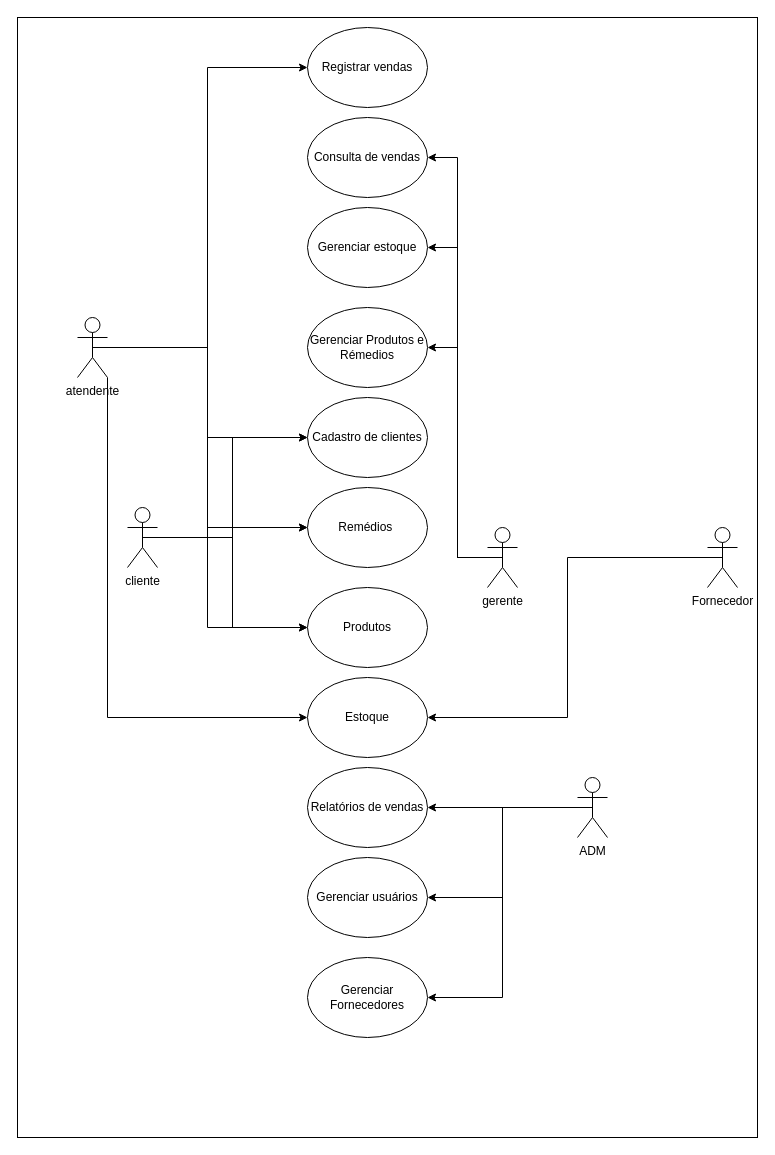
This is page "Página-8" (8 of 11) of Diagrama sem nome.drawio from Anthony-zzz/diagramasderequisitos, a draw.io file, before an edit. Source tidied: cells renumbered, new cells numbered last; positions are measured from the earlier drawing's top-left corner, leaving out a move shared by most shapes. Both pictures are drawn from the tidied source at 100%, with x=0, y=0 at pixel (17, 17).
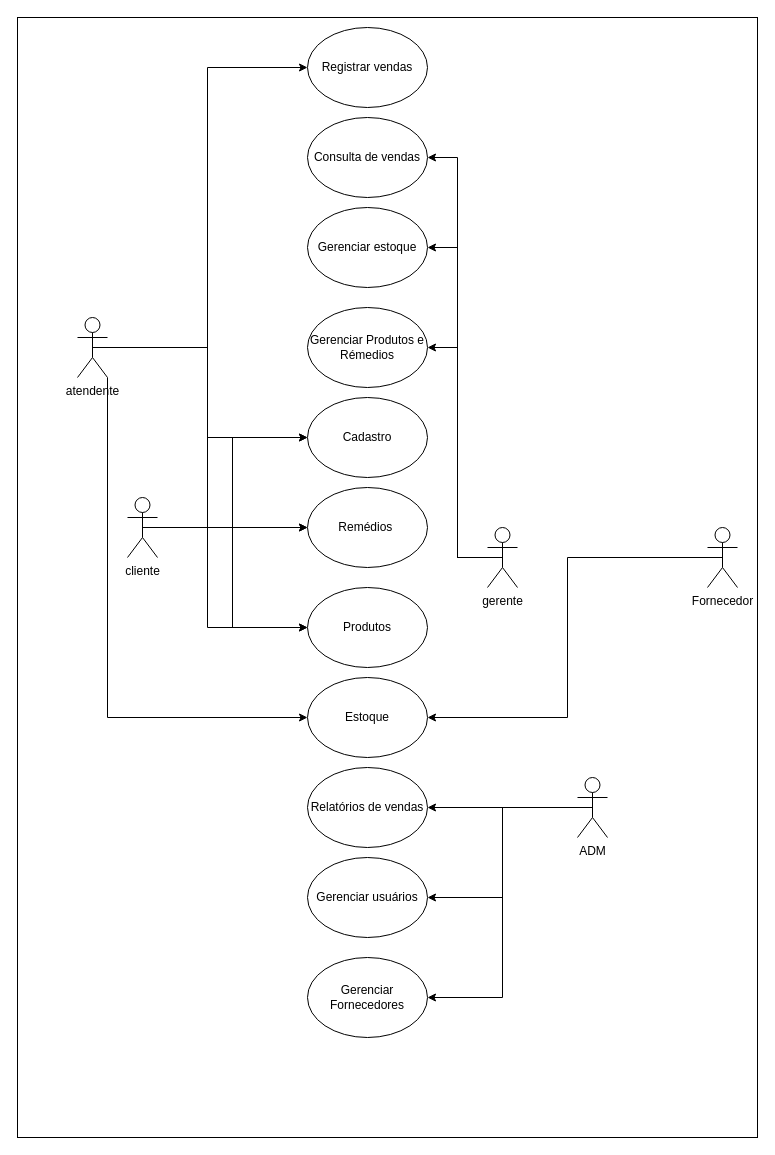
The same page after the edit.

Diff of the diagram source:
```diff
@@
     <mxCell id="12" value="cliente" style="shape=umlActor;verticalLabelPosition=bottom;verticalAlign=top;html=1;outlineConnect=0;" parent="1" vertex="1">
-      <mxGeometry x="110" y="490" width="30" height="60" as="geometry" />
+      <mxGeometry x="110" y="480" width="30" height="60" as="geometry" />
     </mxCell>
@@
-    <mxCell id="27" value="Cadastro de clientes" style="ellipse;whiteSpace=wrap;html=1;" parent="1" vertex="1">
+    <mxCell id="27" value="Cadastro" style="ellipse;whiteSpace=wrap;html=1;" parent="1" vertex="1">
       <mxGeometry x="290" y="380" width="120" height="80" as="geometry" />
     </mxCell>
```
